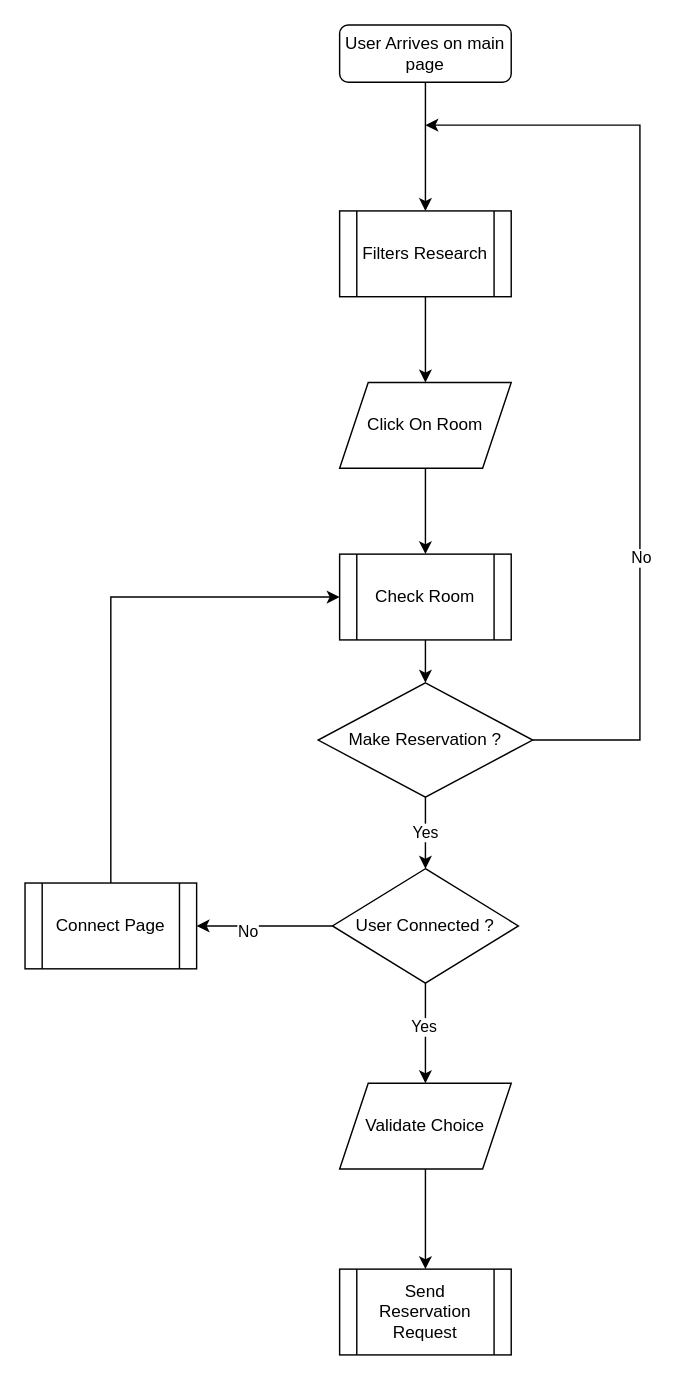
Earlier version of the draw.io diagram prodDocs/Algoritme/Main_Algo.drawio (Conchero/ecf-back). Source tidied: cells renumbered, new cells numbered last; positions are measured from the earlier drawing's top-left corner, leaving out a move shared by most shapes. Both pictures are drawn from the tidied source at 143%, with x=0, y=0 at pixel (24, 24).
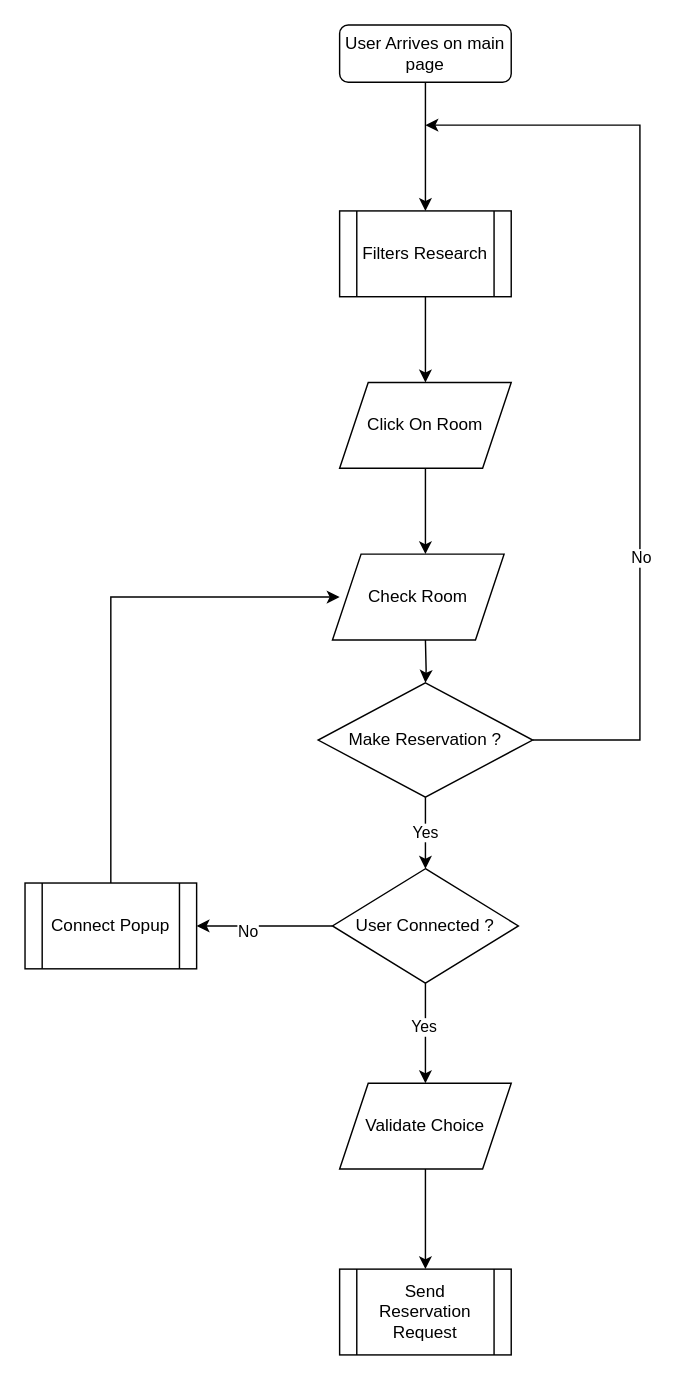
The same diagram, later.

Unchanged cells that the change refers to:
```xml
<mxCell id="7" value="Click On Room" style="shape=parallelogram;perimeter=parallelogramPerimeter;whiteSpace=wrap;html=1;fixedSize=1;" parent="1" vertex="1">
  <mxGeometry x="220" y="250" width="120" height="60" as="geometry" />
</mxCell>
<mxCell id="14" value="Make Reservation ?" style="rhombus;whiteSpace=wrap;html=1;" parent="1" vertex="1">
  <mxGeometry x="205" y="460" width="150" height="80" as="geometry" />
</mxCell>
```

Change to the diagram source:
```diff
@@
-    <mxCell id="6" style="edgeStyle=orthogonalEdgeStyle;rounded=0;jettySize=auto;html=1;" parent="1" edge="1" source="7" target="9">
-      <mxGeometry relative="1" as="geometry" />
+    <mxCell id="6" style="edgeStyle=orthogonalEdgeStyle;rounded=0;jettySize=auto;html=1;" parent="1" edge="1" source="7">
+      <mxGeometry relative="1" as="geometry">
+        <mxPoint x="280" y="370" as="targetPoint" />
+      </mxGeometry>
     </mxCell>
@@
-    <mxCell id="8" style="edgeStyle=orthogonalEdgeStyle;rounded=0;jettySize=auto;html=1;" parent="1" edge="1" source="9" target="14">
-      <mxGeometry relative="1" as="geometry" />
+    <mxCell id="8" style="edgeStyle=orthogonalEdgeStyle;rounded=0;jettySize=auto;html=1;" parent="1" edge="1" target="14">
+      <mxGeometry relative="1" as="geometry">
+        <mxPoint x="280" y="430" as="sourcePoint" />
+      </mxGeometry>
     </mxCell>
-    <mxCell id="9" value="Check Room" style="shape=process;whiteSpace=wrap;html=1;backgroundOutline=1;" parent="1" vertex="1">
-      <mxGeometry x="220" y="370" width="120" height="60" as="geometry" />
-    </mxCell>
@@
-    <mxCell id="20" style="edgeStyle=orthogonalEdgeStyle;rounded=0;jettySize=auto;html=1;exitX=0.5;exitY=0;exitDx=0;exitDy=0;entryX=0;entryY=0.5;entryDx=0;entryDy=0;" parent="1" edge="1" source="21" target="9">
+    <mxCell id="20" style="edgeStyle=orthogonalEdgeStyle;rounded=0;jettySize=auto;html=1;exitX=0.5;exitY=0;exitDx=0;exitDy=0;entryX=0;entryY=0.5;entryDx=0;entryDy=0;" parent="1" edge="1" source="21">
       <mxGeometry relative="1" as="geometry">
+        <mxPoint x="220" y="400" as="targetPoint" />
         <Array as="points">
           <mxPoint x="60" y="400" />
         </Array>
       </mxGeometry>
     </mxCell>
-    <mxCell id="21" value="Connect Page" style="shape=process;whiteSpace=wrap;html=1;backgroundOutline=1;" parent="1" vertex="1">
+    <mxCell id="21" value="Connect Popup" style="shape=process;whiteSpace=wrap;html=1;backgroundOutline=1;" parent="1" vertex="1">
       <mxGeometry y="600" width="120" height="60" as="geometry" />
     </mxCell>
@@
+    <mxCell id="9" value="Check Room" style="shape=parallelogram;perimeter=parallelogramPerimeter;whiteSpace=wrap;html=1;fixedSize=1;" parent="1" vertex="1">
+      <mxGeometry x="215" y="370" width="120" height="60" as="geometry" />
+    </mxCell>
```
